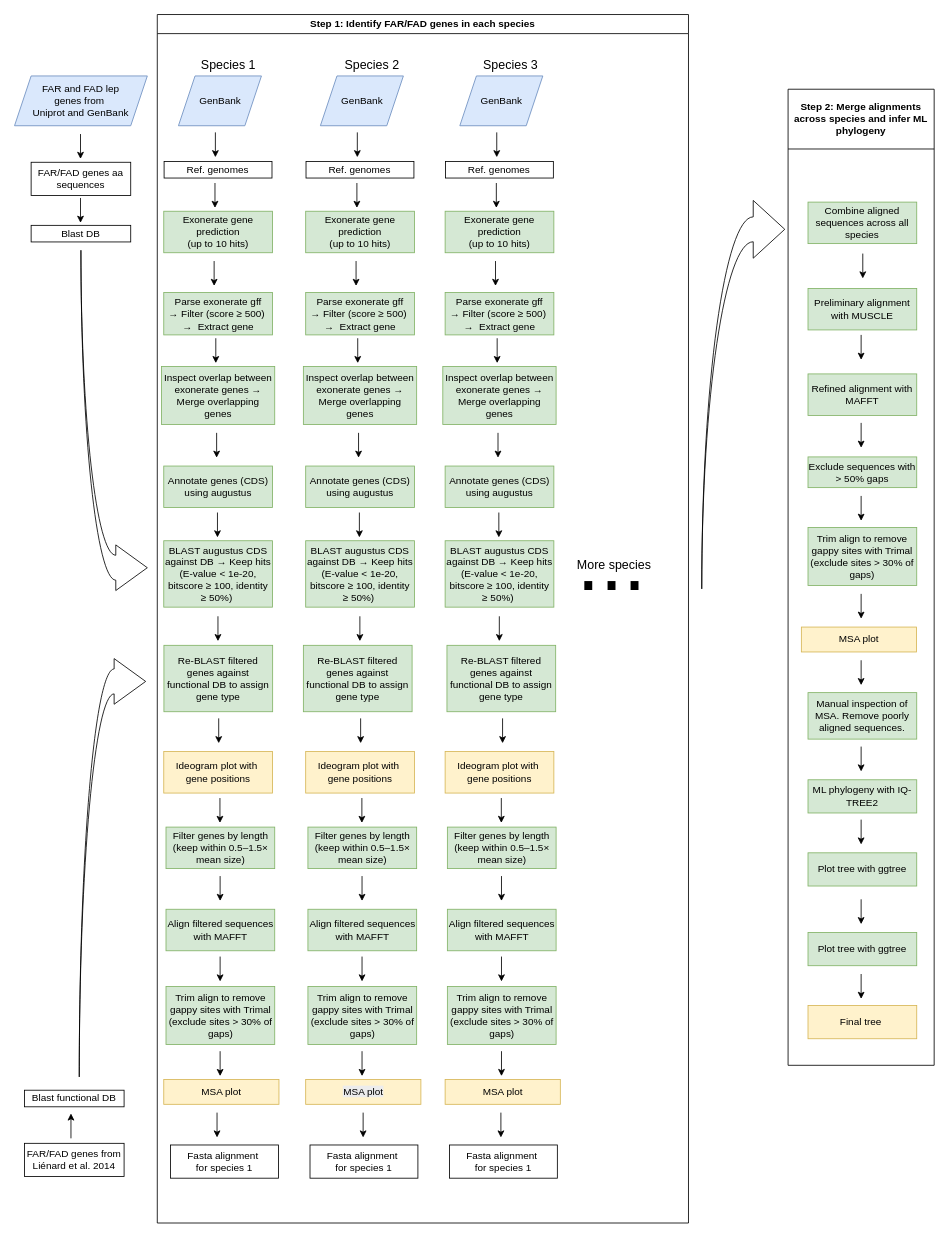
Above: Exonerate/Scripts/Untitled Diagram.drawio in yacinebenchehida/Lepidoptera_pheromone (draw.io), before the change. Source tidied: cells renumbered, new cells numbered last; positions are measured from the earlier drawing's top-left corner, leaving out a move shared by most shapes. Both pictures are drawn from the tidied source at 83%, with x=0, y=0 at pixel (14, 14).
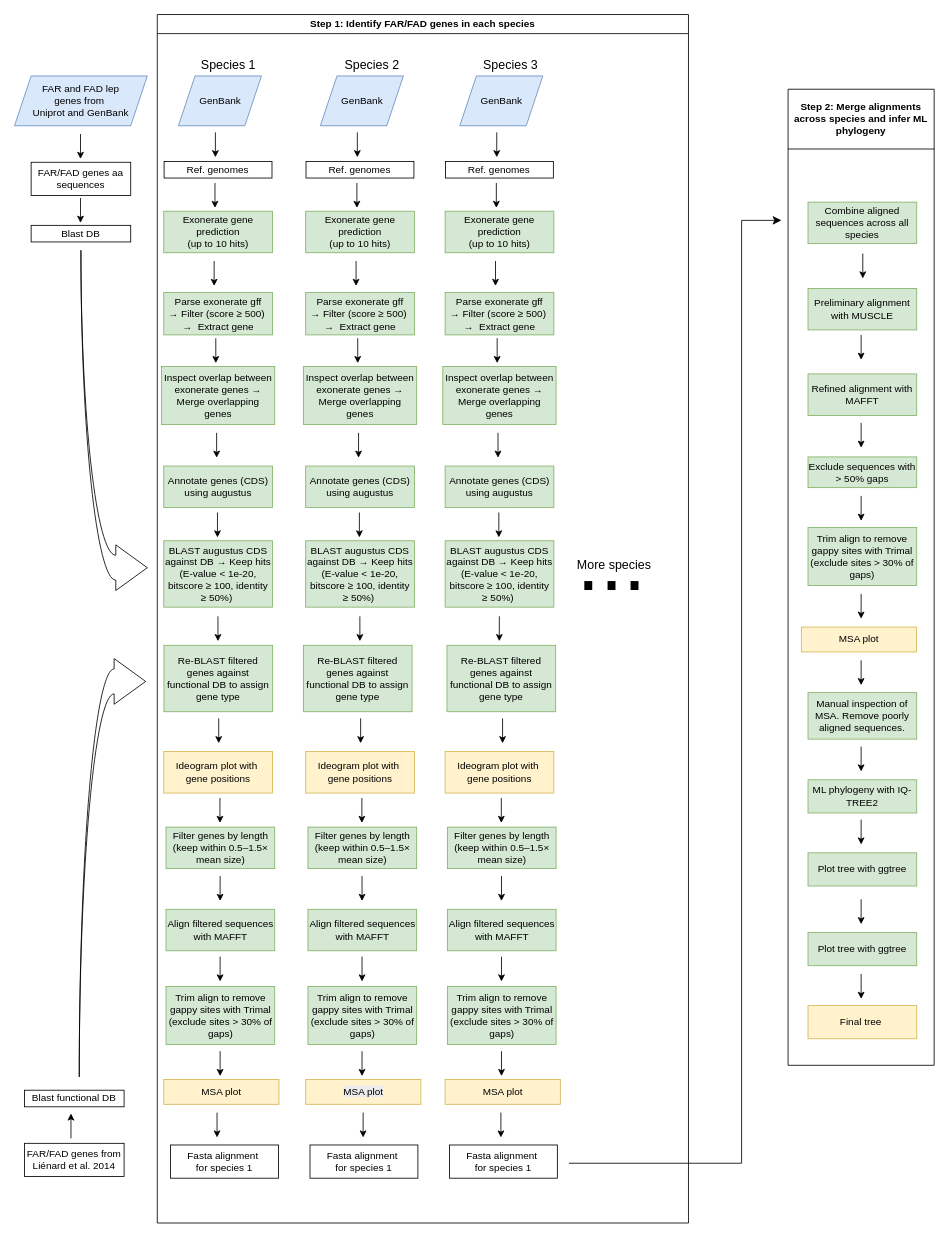
The same diagram, later.

What changed in the source:
```diff
@@
-    <mxCell id="95" style="html=1;shadow=0;dashed=0;align=center;verticalAlign=middle;shape=mxgraph.arrows2.jumpInArrow;dy=15;dx=38;arrowHead=69.57;" parent="1" vertex="1">
-      <mxGeometry x="828" y="224" width="100" height="468" as="geometry" />
-    </mxCell>
@@
+    <mxCell id="122" style="edgeStyle=segmentEdgeStyle;endArrow=classic;html=1;curved=0;rounded=0;endSize=8;startSize=8;sourcePerimeterSpacing=0;targetPerimeterSpacing=0;" parent="1" edge="1">
+      <mxGeometry relative="1" as="geometry">
+        <mxPoint x="668" y="1384" as="sourcePoint" />
+        <mxPoint x="924" y="248" as="targetPoint" />
+        <Array as="points">
+          <mxPoint x="876" y="1384" />
+          <mxPoint x="876" y="248" />
+          <mxPoint x="924" y="248" />
+        </Array>
+      </mxGeometry>
+    </mxCell>
```
